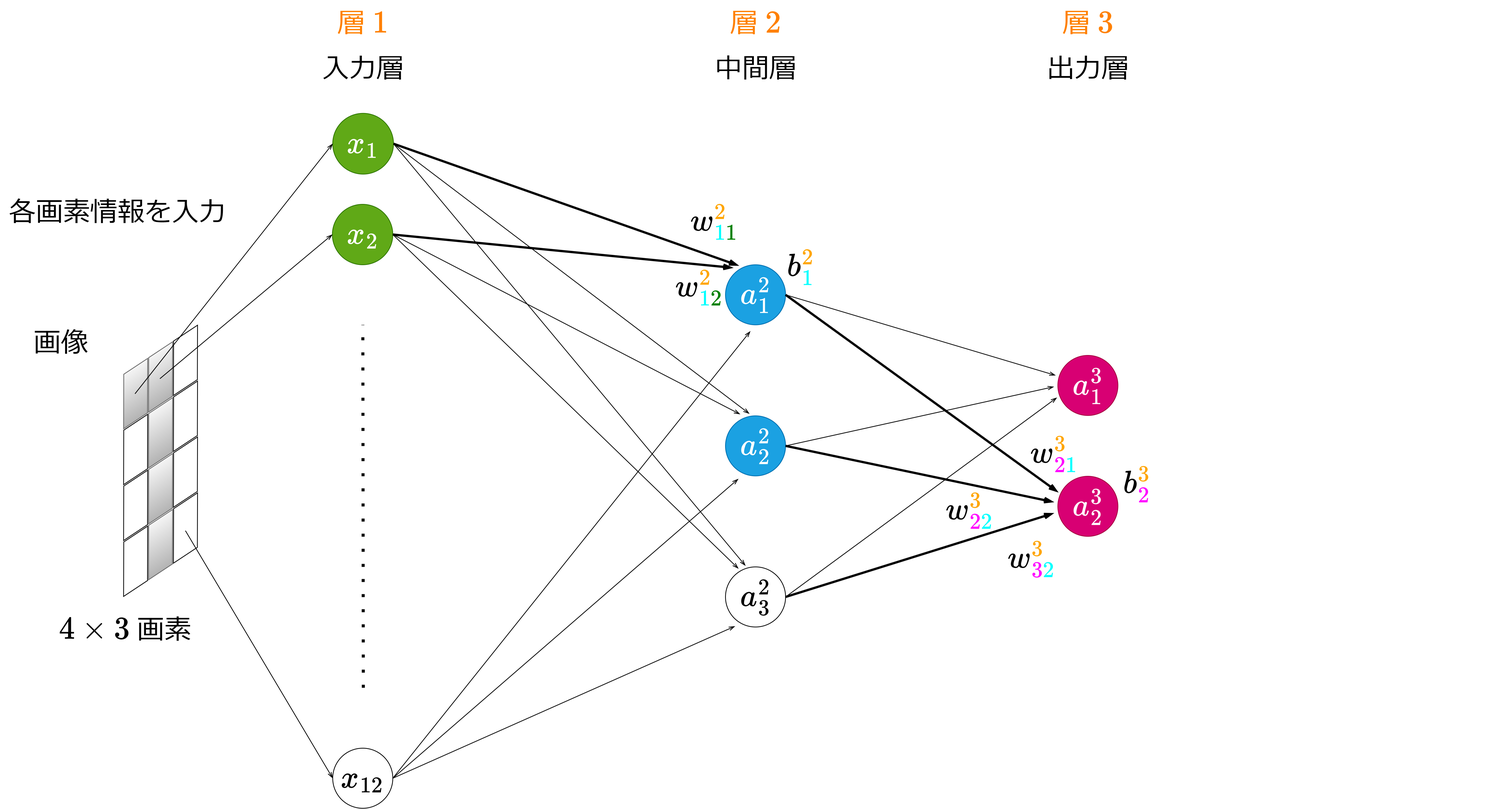
Earlier version of the draw.io export 第2回/img/illustration-of-variable-and-parameter-names.png (shhchan/-----------). Source tidied: cells renumbered, new cells last; positions are measured from the earlier drawing's top-left corner, leaving out a move shared by most shapes.
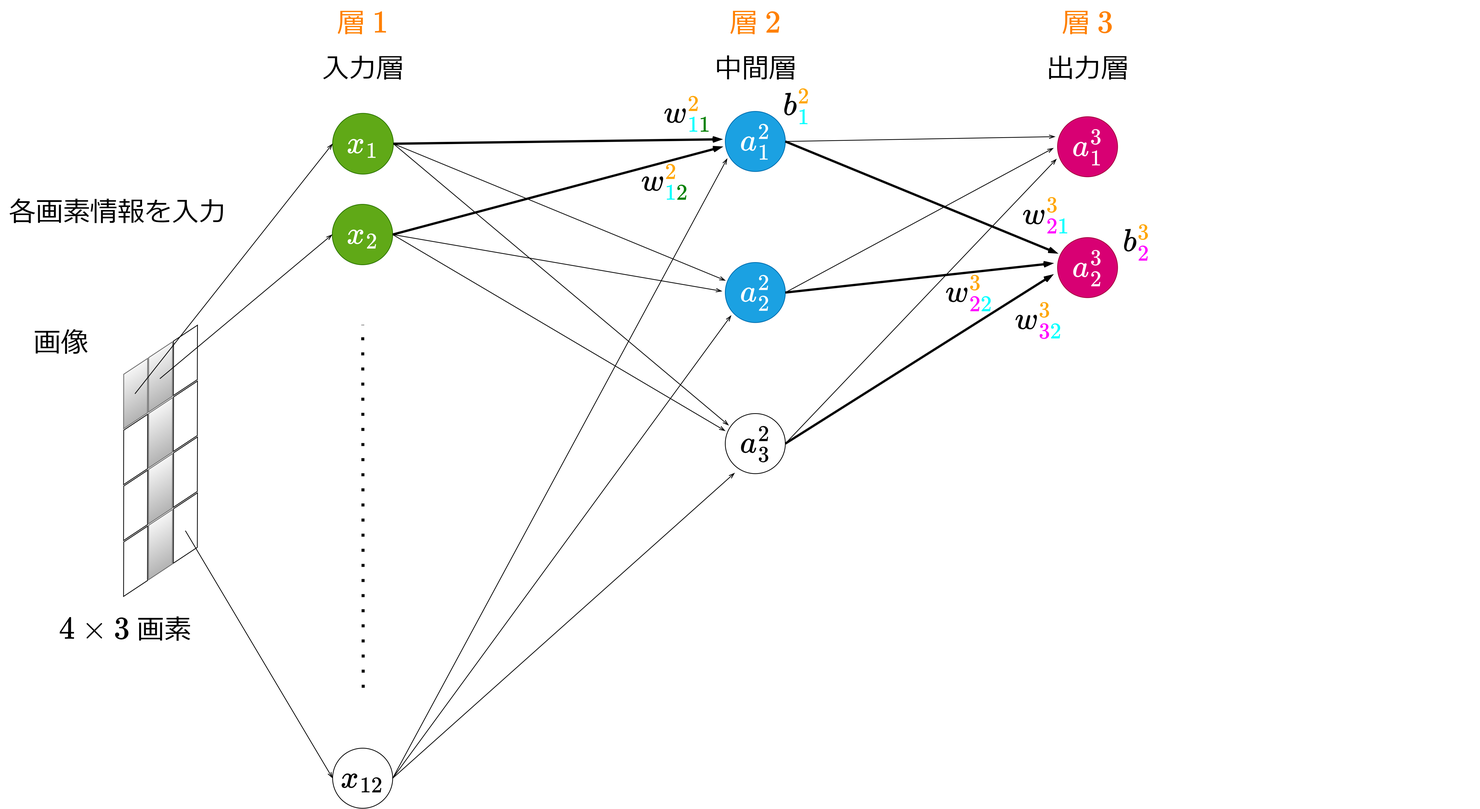
After the commit.

Diff of the diagram source:
```diff
@@ -51,19 +51,19 @@
       <mxGeometry x="440" y="990" width="79.5" height="79.5" as="geometry" />
     </mxCell>
     <mxCell id="18" value="\(a^2_1\)" style="ellipse;whiteSpace=wrap;html=1;fontSize=36;fillColor=#1ba1e2;strokeColor=#006EAF;fontColor=#ffffff;" parent="1" vertex="1">
-      <mxGeometry x="960" y="350" width="79.5" height="79.5" as="geometry" />
+      <mxGeometry x="960" y="147" width="79.5" height="79.5" as="geometry" />
     </mxCell>
     <mxCell id="19" value="\(a^2_2\)" style="ellipse;whiteSpace=wrap;html=1;fontSize=36;fillColor=#1ba1e2;strokeColor=#006EAF;fontColor=#ffffff;" parent="1" vertex="1">
-      <mxGeometry x="960" y="550" width="79.5" height="79.5" as="geometry" />
+      <mxGeometry x="960" y="347" width="79.5" height="79.5" as="geometry" />
     </mxCell>
     <mxCell id="20" value="\(a^2_3\)" style="ellipse;whiteSpace=wrap;html=1;fontSize=36;" parent="1" vertex="1">
-      <mxGeometry x="960" y="750" width="79.5" height="79.5" as="geometry" />
+      <mxGeometry x="960" y="547" width="79.5" height="79.5" as="geometry" />
     </mxCell>
     <mxCell id="21" value="\(a^3_1\)" style="ellipse;whiteSpace=wrap;html=1;fontSize=36;fillColor=#d80073;fontColor=#ffffff;strokeColor=#A50040;" parent="1" vertex="1">
-      <mxGeometry x="1400" y="470" width="79.5" height="79.5" as="geometry" />
+      <mxGeometry x="1400" y="154" width="79.5" height="79.5" as="geometry" />
     </mxCell>
     <mxCell id="22" value="\(a^3_2\)" style="ellipse;whiteSpace=wrap;html=1;fontSize=36;fillColor=#d80073;fontColor=#ffffff;strokeColor=#A50040;" parent="1" vertex="1">
-      <mxGeometry x="1400" y="630" width="79.5" height="79.5" as="geometry" />
+      <mxGeometry x="1400" y="314" width="79.5" height="79.5" as="geometry" />
     </mxCell>
     <mxCell id="23" style="endArrow=openThin;html=1;rounded=0;endFill=0;exitX=1;exitY=0.5;exitDx=0;exitDy=0;entryX=-0.039;entryY=0.332;entryDx=0;entryDy=0;entryPerimeter=0;" parent="1" edge="1" source="18" target="21">
       <mxGeometry relative="1" as="geometry" />
@@ -83,31 +83,31 @@
         <mxPoint x="245" y="702.1" as="sourcePoint" />
       </mxGeometry>
     </mxCell>
-    <mxCell id="27" style="endArrow=openThin;html=1;rounded=0;endFill=0;exitX=1;exitY=0.5;exitDx=0;exitDy=0;entryX=0.118;entryY=0.05;entryDx=0;entryDy=0;entryPerimeter=0;strokeWidth=3;" parent="1" edge="1" source="16" target="18">
+    <mxCell id="27" style="endArrow=openThin;html=1;rounded=0;endFill=0;exitX=1;exitY=0.5;exitDx=0;exitDy=0;entryX=-0.049;entryY=0.589;entryDx=0;entryDy=0;entryPerimeter=0;strokeWidth=3;" parent="1" edge="1" source="16" target="18">
       <mxGeometry relative="1" as="geometry" />
     </mxCell>
-    <mxCell id="28" style="endArrow=openThin;html=1;rounded=0;endFill=0;exitX=1;exitY=0.5;exitDx=0;exitDy=0;entryX=0.213;entryY=0.012;entryDx=0;entryDy=0;entryPerimeter=0;strokeWidth=3;" parent="1" edge="1" source="15" target="18">
+    <mxCell id="28" style="endArrow=openThin;html=1;rounded=0;endFill=0;exitX=1;exitY=0.5;exitDx=0;exitDy=0;entryX=-0.054;entryY=0.464;entryDx=0;entryDy=0;entryPerimeter=0;strokeWidth=3;" parent="1" edge="1" source="15" target="18">
       <mxGeometry relative="1" as="geometry" />
     </mxCell>
-    <mxCell id="29" style="endArrow=openThin;html=1;rounded=0;endFill=0;exitX=1;exitY=0.5;exitDx=0;exitDy=0;entryX=0.413;entryY=1.107;entryDx=0;entryDy=0;entryPerimeter=0;" parent="1" edge="1" source="17" target="18">
+    <mxCell id="29" style="endArrow=openThin;html=1;rounded=0;endFill=0;exitX=1;exitY=0.5;exitDx=0;exitDy=0;entryX=0.033;entryY=0.783;entryDx=0;entryDy=0;entryPerimeter=0;" parent="1" edge="1" source="17" target="18">
       <mxGeometry relative="1" as="geometry" />
     </mxCell>
-    <mxCell id="30" style="endArrow=openThin;html=1;rounded=0;endFill=0;exitX=1;exitY=0.5;exitDx=0;exitDy=0;entryX=0.213;entryY=1.05;entryDx=0;entryDy=0;entryPerimeter=0;" parent="1" edge="1" source="17" target="19">
+    <mxCell id="30" style="endArrow=openThin;html=1;rounded=0;endFill=0;exitX=1;exitY=0.5;exitDx=0;exitDy=0;entryX=0.099;entryY=0.881;entryDx=0;entryDy=0;entryPerimeter=0;" parent="1" edge="1" source="17" target="19">
       <mxGeometry relative="1" as="geometry" />
     </mxCell>
-    <mxCell id="31" style="endArrow=openThin;html=1;rounded=0;endFill=0;exitX=1;exitY=0.5;exitDx=0;exitDy=0;entryX=0.242;entryY=-0.027;entryDx=0;entryDy=0;entryPerimeter=0;" parent="1" edge="1" source="16" target="19">
+    <mxCell id="31" style="endArrow=openThin;html=1;rounded=0;endFill=0;exitX=1;exitY=0.5;exitDx=0;exitDy=0;entryX=-0.054;entryY=0.478;entryDx=0;entryDy=0;entryPerimeter=0;" parent="1" edge="1" source="16" target="19">
       <mxGeometry relative="1" as="geometry" />
     </mxCell>
-    <mxCell id="32" style="endArrow=openThin;html=1;rounded=0;endFill=0;exitX=1;exitY=0.5;exitDx=0;exitDy=0;entryX=0.397;entryY=-0.035;entryDx=0;entryDy=0;entryPerimeter=0;" parent="1" edge="1" source="15" target="19">
+    <mxCell id="32" style="endArrow=openThin;html=1;rounded=0;endFill=0;exitX=1;exitY=0.5;exitDx=0;exitDy=0;entryX=0.004;entryY=0.301;entryDx=0;entryDy=0;entryPerimeter=0;" parent="1" edge="1" source="15" target="19">
       <mxGeometry relative="1" as="geometry" />
     </mxCell>
     <mxCell id="33" style="endArrow=openThin;html=1;rounded=0;endFill=0;exitX=1;exitY=0.5;exitDx=0;exitDy=0;entryX=0.157;entryY=0.988;entryDx=0;entryDy=0;entryPerimeter=0;" parent="1" edge="1" source="17" target="20">
       <mxGeometry relative="1" as="geometry" />
     </mxCell>
-    <mxCell id="34" style="endArrow=openThin;html=1;rounded=0;endFill=0;exitX=1;exitY=0.5;exitDx=0;exitDy=0;entryX=0.215;entryY=0.028;entryDx=0;entryDy=0;entryPerimeter=0;" parent="1" edge="1" source="16" target="20">
+    <mxCell id="34" style="endArrow=openThin;html=1;rounded=0;endFill=0;exitX=1;exitY=0.5;exitDx=0;exitDy=0;entryX=0;entryY=0.289;entryDx=0;entryDy=0;entryPerimeter=0;" parent="1" edge="1" source="16" target="20">
       <mxGeometry relative="1" as="geometry" />
     </mxCell>
-    <mxCell id="35" style="endArrow=openThin;html=1;rounded=0;endFill=0;exitX=1;exitY=0.5;exitDx=0;exitDy=0;entryX=0.332;entryY=-0.02;entryDx=0;entryDy=0;entryPerimeter=0;" parent="1" edge="1" source="15" target="20">
+    <mxCell id="35" style="endArrow=openThin;html=1;rounded=0;endFill=0;exitX=1;exitY=0.5;exitDx=0;exitDy=0;entryX=0.057;entryY=0.196;entryDx=0;entryDy=0;entryPerimeter=0;" parent="1" edge="1" source="15" target="20">
       <mxGeometry relative="1" as="geometry" />
     </mxCell>
     <mxCell id="36" style="endArrow=openThin;html=1;rounded=0;endFill=0;exitX=1;exitY=0.5;exitDx=0;exitDy=0;entryX=-0.067;entryY=0.522;entryDx=0;entryDy=0;entryPerimeter=0;" parent="1" edge="1" source="19" target="21">
@@ -159,25 +159,25 @@
       </mxGeometry>
     </mxCell>
     <mxCell id="51" value="\(w^{\textcolor{orange}{2}}_{\textcolor{cyan}{1}\textcolor{green}{1}}\)" style="text;html=1;align=center;verticalAlign=middle;strokeColor=none;fillColor=none;fontSize=36;" parent="1" vertex="1">
-      <mxGeometry x="395" y="263" width="1100" height="60" as="geometry" />
+      <mxGeometry x="360" y="120" width="1100" height="60" as="geometry" />
     </mxCell>
     <mxCell id="52" value="\(w^{\textcolor{orange}{2}}_{\textcolor{cyan}{1}\textcolor{green}{2}}\)" style="text;html=1;align=center;verticalAlign=middle;strokeColor=none;fillColor=none;fontSize=36;" parent="1" vertex="1">
-      <mxGeometry x="375" y="350" width="1100" height="60" as="geometry" />
+      <mxGeometry x="330" y="210" width="1100" height="60" as="geometry" />
     </mxCell>
     <mxCell id="53" value="\(w^{\textcolor{orange}{3}}_{\textcolor{magenta}{2}\textcolor{cyan}{1}}\)" style="text;html=1;align=center;verticalAlign=middle;strokeColor=none;fillColor=none;fontSize=36;" parent="1" vertex="1">
-      <mxGeometry x="820" y="569.5" width="1150" height="60" as="geometry" />
+      <mxGeometry x="810" y="254" width="1150" height="60" as="geometry" />
     </mxCell>
     <mxCell id="54" value="\(w^{\textcolor{orange}{3}}_{\textcolor{magenta}{2}\textcolor{cyan}{2}}\)" style="text;html=1;align=center;verticalAlign=middle;strokeColor=none;fillColor=none;fontSize=36;" parent="1" vertex="1">
-      <mxGeometry x="708" y="644.5" width="1150" height="60" as="geometry" />
+      <mxGeometry x="708" y="356.8" width="1150" height="60" as="geometry" />
     </mxCell>
     <mxCell id="55" value="\(w^{\textcolor{orange}{3}}_{\textcolor{magenta}{3}\textcolor{cyan}{2}}\)" style="text;html=1;align=center;verticalAlign=middle;strokeColor=none;fillColor=none;fontSize=36;" parent="1" vertex="1">
-      <mxGeometry x="790" y="709.5" width="1150" height="60" as="geometry" />
+      <mxGeometry x="800" y="393.5" width="1150" height="60" as="geometry" />
     </mxCell>
     <mxCell id="56" value="\(b^{\textcolor{orange}{2}}_{\textcolor{cyan}{1}}\)" style="text;html=1;align=center;verticalAlign=middle;strokeColor=none;fillColor=none;fontSize=36;" parent="1" vertex="1">
-      <mxGeometry x="665" y="323" width="790" height="60" as="geometry" />
+      <mxGeometry x="660" y="110" width="790" height="60" as="geometry" />
     </mxCell>
     <mxCell id="57" value="\(b^{\textcolor{orange}{3}}_{\textcolor{magenta}{2}}\)" style="text;html=1;align=center;verticalAlign=middle;strokeColor=none;fillColor=none;fontSize=36;" parent="1" vertex="1">
-      <mxGeometry x="1080" y="610" width="850" height="60" as="geometry" />
+      <mxGeometry x="1080" y="290" width="850" height="60" as="geometry" />
     </mxCell>
   </root>
 </mxGraphModel>
```
